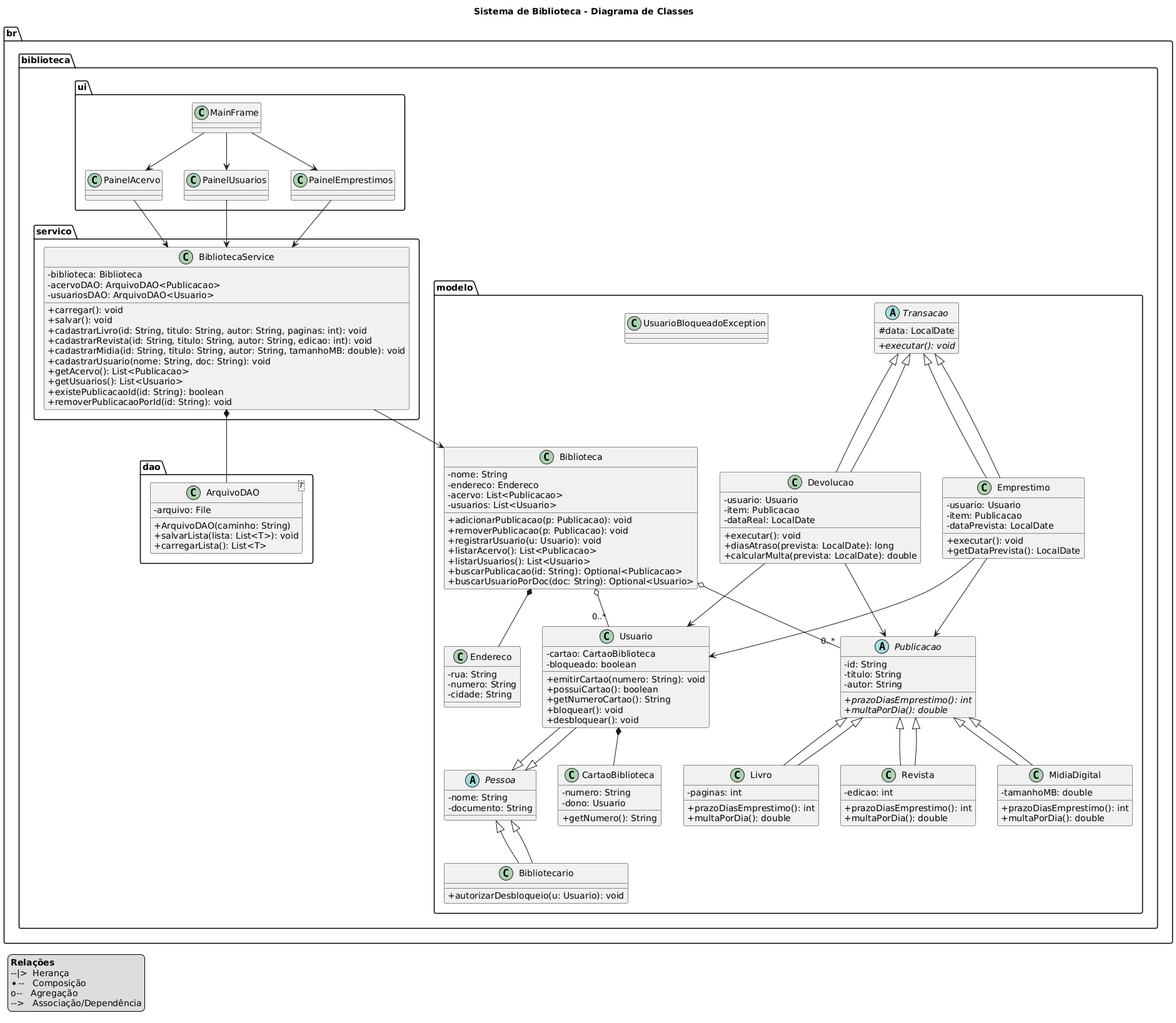
Earlier version of the PlantUML export diagramas/uml.png (rehfaria/ProjetoFinalBiblioteca).
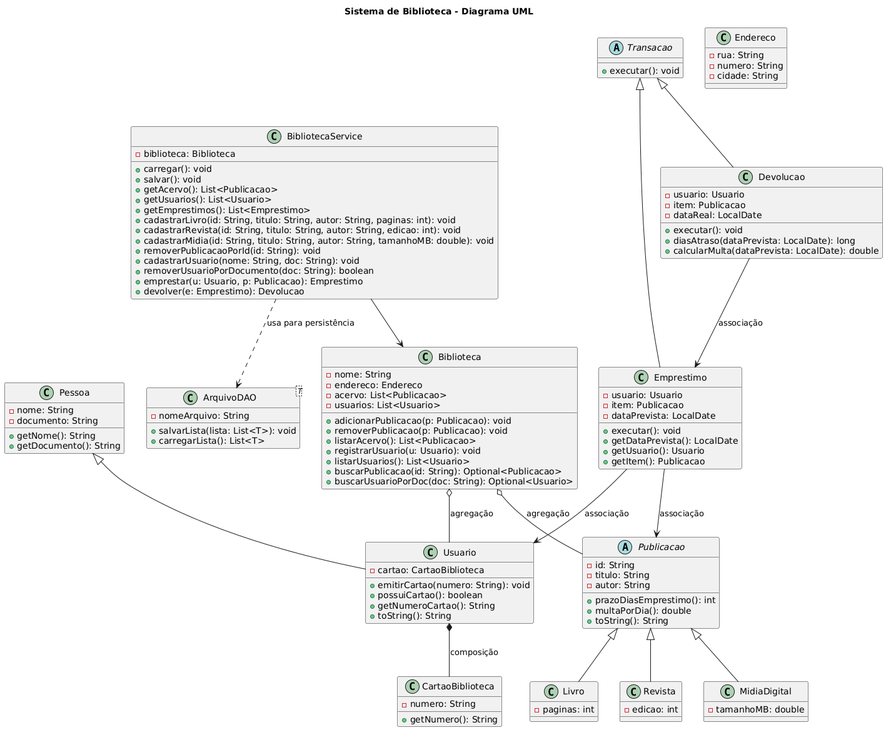
After the commit.

Commit message:
alteracoes em README, diagramas uml

Change to the diagram source:
```diff
@@ -1,58 +1,18 @@
 @startuml
-skinparam classAttributeIconSize 0
-title Sistema de Biblioteca - Diagrama de Classes
+title Sistema de Biblioteca - Diagrama UML
 
-package "br.biblioteca.modelo" {
-
-abstract class Publicacao {
-  - id: String
-  - titulo: String
-  - autor: String
-  {abstract} + prazoDiasEmprestimo(): int
-  {abstract} + multaPorDia(): double
-}
-
-class Livro extends Publicacao {
-  - paginas: int
-  + prazoDiasEmprestimo(): int
-  + multaPorDia(): double
-}
-
-class Revista extends Publicacao {
-  - edicao: int
-  + prazoDiasEmprestimo(): int
-  + multaPorDia(): double
-}
-
-class MidiaDigital extends Publicacao {
-  - tamanhoMB: double
-  + prazoDiasEmprestimo(): int
-  + multaPorDia(): double
-}
-
-abstract class Pessoa {
+class Biblioteca {
   - nome: String
-  - documento: String
-}
-
-class Usuario extends Pessoa {
-  - cartao: CartaoBiblioteca
-  - bloqueado: boolean
-  + emitirCartao(numero: String): void
-  + possuiCartao(): boolean
-  + getNumeroCartao(): String
-  + bloquear(): void
-  + desbloquear(): void
-}
-
-class Bibliotecario extends Pessoa {
-  + autorizarDesbloqueio(u: Usuario): void
-}
-
-class CartaoBiblioteca {
-  - numero: String
-  - dono: Usuario
-  + getNumero(): String
+  - endereco: Endereco
+  - acervo: List<Publicacao>
+  - usuarios: List<Usuario>
+  + adicionarPublicacao(p: Publicacao): void
+  + removerPublicacao(p: Publicacao): void
+  + listarAcervo(): List<Publicacao>
+  + registrarUsuario(u: Usuario): void
+  + listarUsuarios(): List<Usuario>
+  + buscarPublicacao(id: String): Optional<Publicacao>
+  + buscarUsuarioPorDoc(doc: String): Optional<Usuario>
 }
 
 class Endereco {
@@ -61,114 +21,107 @@
   - cidade: String
 }
 
-class Biblioteca {
+abstract class Publicacao {
+  - id: String
+  - titulo: String
+  - autor: String
+  + prazoDiasEmprestimo(): int
+  + multaPorDia(): double
+  + toString(): String
+}
+
+class Livro {
+  - paginas: int
+}
+
+class Revista {
+  - edicao: int
+}
+
+class MidiaDigital {
+  - tamanhoMB: double
+}
+
+class Pessoa {
   - nome: String
-  - endereco: Endereco
-  - acervo: List<Publicacao>
-  - usuarios: List<Usuario>
-  + adicionarPublicacao(p: Publicacao): void
-  + removerPublicacao(p: Publicacao): void
-  + registrarUsuario(u: Usuario): void
-  + listarAcervo(): List<Publicacao>
-  + listarUsuarios(): List<Usuario>
-  + buscarPublicacao(id: String): Optional<Publicacao>
-  + buscarUsuarioPorDoc(doc: String): Optional<Usuario>
+  - documento: String
+  + getNome(): String
+  + getDocumento(): String
+}
+
+class Usuario {
+  - cartao: CartaoBiblioteca
+  + emitirCartao(numero: String): void
+  + possuiCartao(): boolean
+  + getNumeroCartao(): String
+  + toString(): String
+}
+
+class CartaoBiblioteca {
+  - numero: String
+  + getNumero(): String
 }
 
 abstract class Transacao {
-  # data: LocalDate
-  {abstract} + executar(): void
+  + executar(): void
 }
 
-class Emprestimo extends Transacao {
+class Emprestimo {
   - usuario: Usuario
   - item: Publicacao
   - dataPrevista: LocalDate
   + executar(): void
   + getDataPrevista(): LocalDate
+  + getUsuario(): Usuario
+  + getItem(): Publicacao
 }
 
-class Devolucao extends Transacao {
+class Devolucao {
   - usuario: Usuario
   - item: Publicacao
   - dataReal: LocalDate
   + executar(): void
-  + diasAtraso(prevista: LocalDate): long
-  + calcularMulta(prevista: LocalDate): double
+  + diasAtraso(dataPrevista: LocalDate): long
+  + calcularMulta(dataPrevista: LocalDate): double
 }
 
-class UsuarioBloqueadoException
-
-Livro --|> Publicacao
-Revista --|> Publicacao
-MidiaDigital --|> Publicacao
-
-Usuario --|> Pessoa
-Bibliotecario --|> Pessoa
-
-Usuario *-- CartaoBiblioteca
-Biblioteca *-- Endereco
-
-Biblioteca o-- "0..*" Publicacao
-Biblioteca o-- "0..*" Usuario
-
-Emprestimo --> Usuario
-Emprestimo --> Publicacao
-Devolucao --> Usuario
-Devolucao --> Publicacao
-
-Transacao <|-- Emprestimo
-Transacao <|-- Devolucao
+class BibliotecaService {
+  - biblioteca: Biblioteca
+  + carregar(): void
+  + salvar(): void
+  + getAcervo(): List<Publicacao>
+  + getUsuarios(): List<Usuario>
+  + getEmprestimos(): List<Emprestimo>
+  + cadastrarLivro(id: String, titulo: String, autor: String, paginas: int): void
+  + cadastrarRevista(id: String, titulo: String, autor: String, edicao: int): void
+  + cadastrarMidia(id: String, titulo: String, autor: String, tamanhoMB: double): void
+  + removerPublicacaoPorId(id: String): void
+  + cadastrarUsuario(nome: String, doc: String): void
+  + removerUsuarioPorDocumento(doc: String): boolean
+  + emprestar(u: Usuario, p: Publicacao): Emprestimo
+  + devolver(e: Emprestimo): Devolucao
 }
 
-package "br.biblioteca.dao" {
 class ArquivoDAO<T> {
-  - arquivo: File
-  + ArquivoDAO(caminho: String)
+  - nomeArquivo: String
   + salvarLista(lista: List<T>): void
   + carregarLista(): List<T>
 }
-}
 
-package "br.biblioteca.servico" {
-class BibliotecaService {
-  - biblioteca: Biblioteca
-  - acervoDAO: ArquivoDAO<Publicacao>
-  - usuariosDAO: ArquivoDAO<Usuario>
-  + carregar(): void
-  + salvar(): void
-  + cadastrarLivro(id: String, titulo: String, autor: String, paginas: int): void
-  + cadastrarRevista(id: String, titulo: String, autor: String, edicao: int): void
-  + cadastrarMidia(id: String, titulo: String, autor: String, tamanhoMB: double): void
-  + cadastrarUsuario(nome: String, doc: String): void
-  + getAcervo(): List<Publicacao>
-  + getUsuarios(): List<Usuario>
-  + existePublicacaoId(id: String): boolean
-  + removerPublicacaoPorId(id: String): void
-}
-}
+Publicacao <|-- Livro
+Publicacao <|-- Revista
+Publicacao <|-- MidiaDigital
+Pessoa <|-- Usuario
 
-package "br.biblioteca.ui" {
-class PainelAcervo
-class PainelUsuarios
-class PainelEmprestimos
-class MainFrame
-}
+Usuario *-- CartaoBiblioteca        : composição
+Biblioteca o-- Publicacao           : agregação
+Biblioteca o-- Usuario              : agregação
+Emprestimo --> Usuario              : associação
+Emprestimo --> Publicacao           : associação
+Devolucao --> Emprestimo            : associação
+Transacao <|-- Emprestimo
+Transacao <|-- Devolucao
 
 BibliotecaService --> Biblioteca
-BibliotecaService *-- ArquivoDAO
-PainelAcervo --> BibliotecaService
-PainelUsuarios --> BibliotecaService
-PainelEmprestimos --> BibliotecaService
-MainFrame --> PainelAcervo
-MainFrame --> PainelUsuarios
-MainFrame --> PainelEmprestimos
-
-legend left
-  **Relações**
-  --|>  Herança
-  *--   Composição
-  o--   Agregação
-  -->   Associação/Dependência
-endlegend
+BibliotecaService ..> ArquivoDAO : usa para persistência
 @enduml
```
